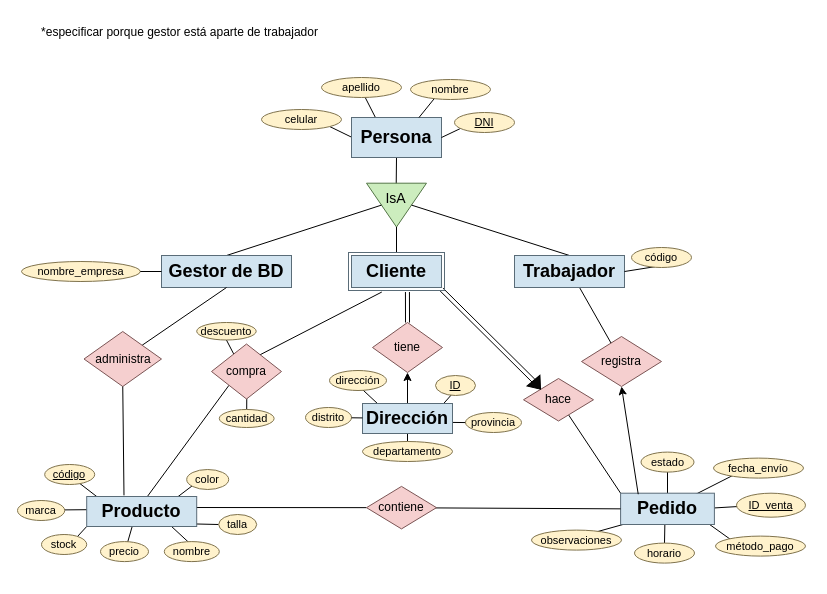
This is Diagrama sin título.drawio from flaqq0/yoc, a draw.io file, before an edit. Source tidied: cells renumbered, new cells numbered last; positions are measured from the earlier drawing's top-left corner, leaving out a move shared by most shapes. Both pictures are drawn from the tidied source at 100%, with x=0, y=0 at pixel (17, 17).
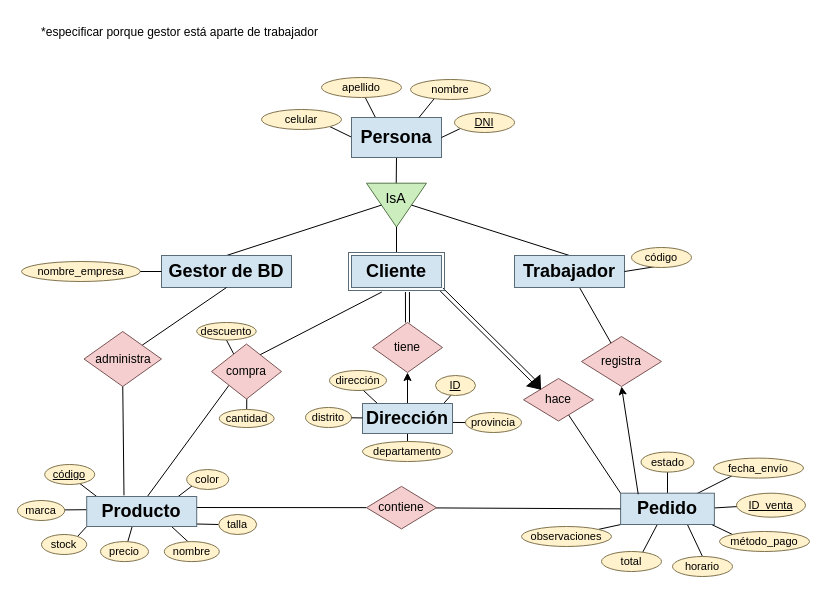
The same page after the edit.

Unchanged cells that the change refers to:
```xml
<mxCell id="57" value="&lt;span style=&quot;font-size: 18px;&quot;&gt;&lt;b&gt;Pedido&lt;/b&gt;&lt;/span&gt;" style="rounded=0;whiteSpace=wrap;html=1;fillColor=#d2e4f0;strokeColor=#5a6c78;shadow=0;" parent="56" vertex="1">
  <mxGeometry x="3.1" y="2.3" width="93.8" height="31.3" as="geometry" />
</mxCell>
```

Diff of the diagram source:
```diff
@@
+    <mxCell id="91" style="endArrow=none;html=1;rounded=0;exitX=0.395;exitY=0.978;exitDx=0;exitDy=0;entryX=0.669;entryY=0.14;entryDx=0;entryDy=0;exitPerimeter=0;entryPerimeter=0;" parent="1" edge="1" source="57" target="92">
+      <mxGeometry relative="1" as="geometry" />
+    </mxCell>
@@
-    <mxCell id="14" style="endArrow=none;html=1;rounded=0;entryX=0.101;entryY=0.936;entryDx=0;entryDy=0;exitX=0.682;exitY=0.14;exitDx=0;exitDy=0;exitPerimeter=0;entryPerimeter=0;" parent="1" edge="1" source="79" target="57">
+    <mxCell id="14" style="endArrow=none;html=1;rounded=0;entryX=0.101;entryY=0.936;entryDx=0;entryDy=0;exitX=1;exitY=0;exitDx=0;exitDy=0;entryPerimeter=0;" parent="1" edge="1" source="79" target="57">
       <mxGeometry relative="1" as="geometry" />
     </mxCell>
-    <mxCell id="15" style="endArrow=none;html=1;rounded=0;exitX=0.472;exitY=0.987;exitDx=0;exitDy=0;entryX=0.5;entryY=0;entryDx=0;entryDy=0;exitPerimeter=0;" parent="1" edge="1" source="57" target="80">
+    <mxCell id="15" style="endArrow=none;html=1;rounded=0;exitX=0.707;exitY=0.967;exitDx=0;exitDy=0;entryX=0.5;entryY=0;entryDx=0;entryDy=0;exitPerimeter=0;" parent="1" edge="1" source="57" target="80">
       <mxGeometry relative="1" as="geometry" />
     </mxCell>
@@
     <mxCell id="62" value="&lt;font style=&quot;font-size: 11px;&quot;&gt;método_pago&lt;/font&gt;" style="ellipse;whiteSpace=wrap;html=1;fillColor=#FFF2CC;strokeColor=#80734D;" parent="1" vertex="1">
-      <mxGeometry x="698" y="518.6" width="90" height="20" as="geometry" />
+      <mxGeometry x="702" y="514" width="90" height="20" as="geometry" />
     </mxCell>
@@
     <mxCell id="79" value="&lt;font style=&quot;font-size: 11px;&quot;&gt;observaciones&lt;/font&gt;" style="ellipse;whiteSpace=wrap;html=1;fillColor=#FFF2CC;strokeColor=#80734D;" parent="1" vertex="1">
-      <mxGeometry x="514" y="512.6" width="90" height="20" as="geometry" />
+      <mxGeometry x="504" y="509" width="90" height="20" as="geometry" />
     </mxCell>
     <mxCell id="80" value="&lt;font style=&quot;font-size: 11px;&quot;&gt;horario&lt;/font&gt;" style="ellipse;whiteSpace=wrap;html=1;fillColor=#FFF2CC;strokeColor=#80734D;" parent="1" vertex="1">
-      <mxGeometry x="617" y="525.6" width="60" height="20" as="geometry" />
+      <mxGeometry x="655" y="539" width="60" height="20" as="geometry" />
     </mxCell>
@@
+    <mxCell id="92" value="&lt;span style=&quot;font-size: 11px;&quot;&gt;total&lt;/span&gt;" style="ellipse;whiteSpace=wrap;html=1;fillColor=#FFF2CC;strokeColor=#80734D;" parent="1" vertex="1">
+      <mxGeometry x="584" y="534" width="60" height="20" as="geometry" />
+    </mxCell>
```
